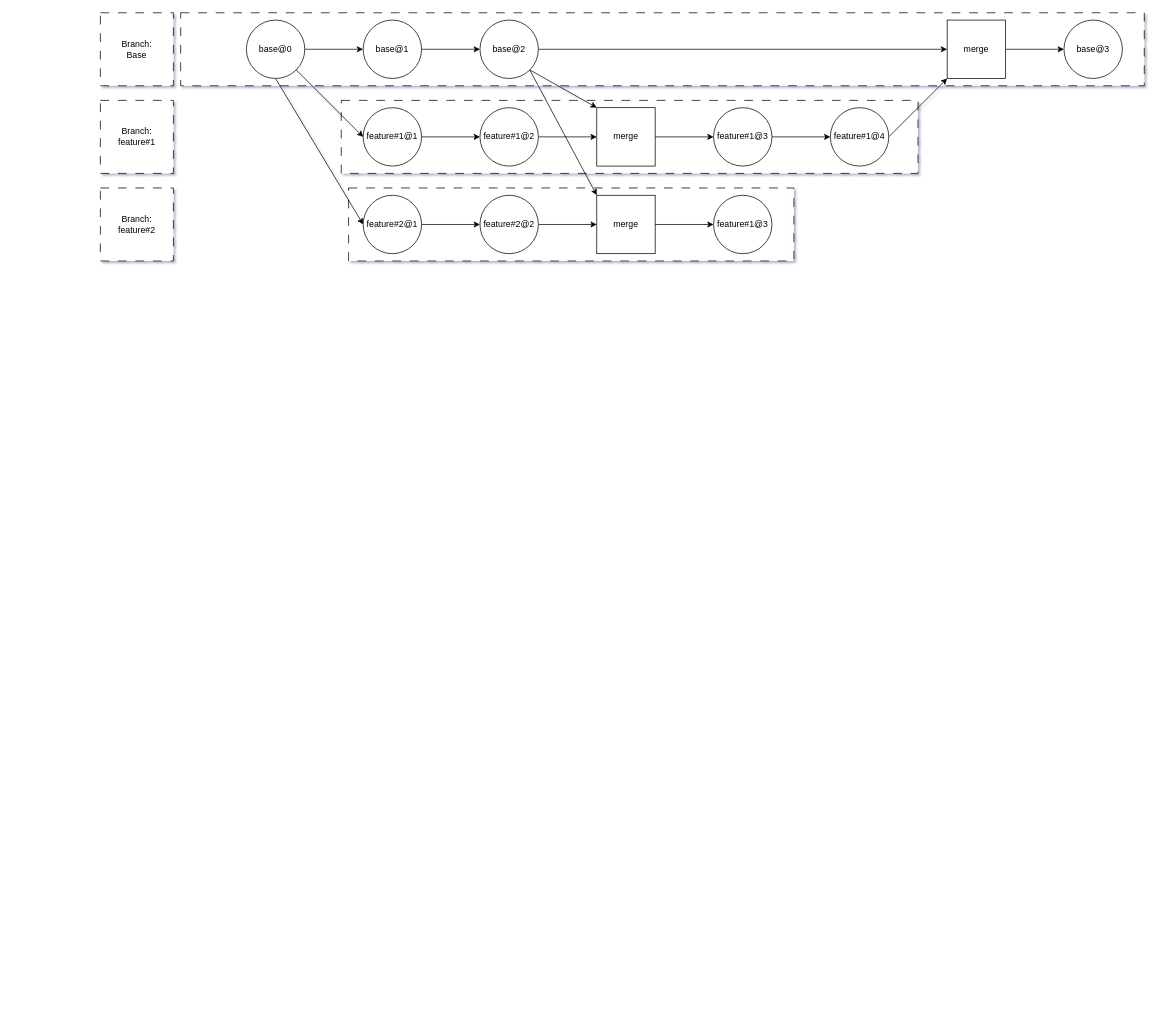
ngxx-fus/TKDTVN2025 keeps this draw.io diagram as .private/diagrams/gettingStarted.drawio. Above is the earlier version. Source tidied: cells renumbered, new cells numbered last; positions are measured from the earlier drawing's top-left corner, leaving out a move shared by most shapes. Both pictures are drawn from the tidied source at 73%, with x=0, y=0 at pixel (100, 12).
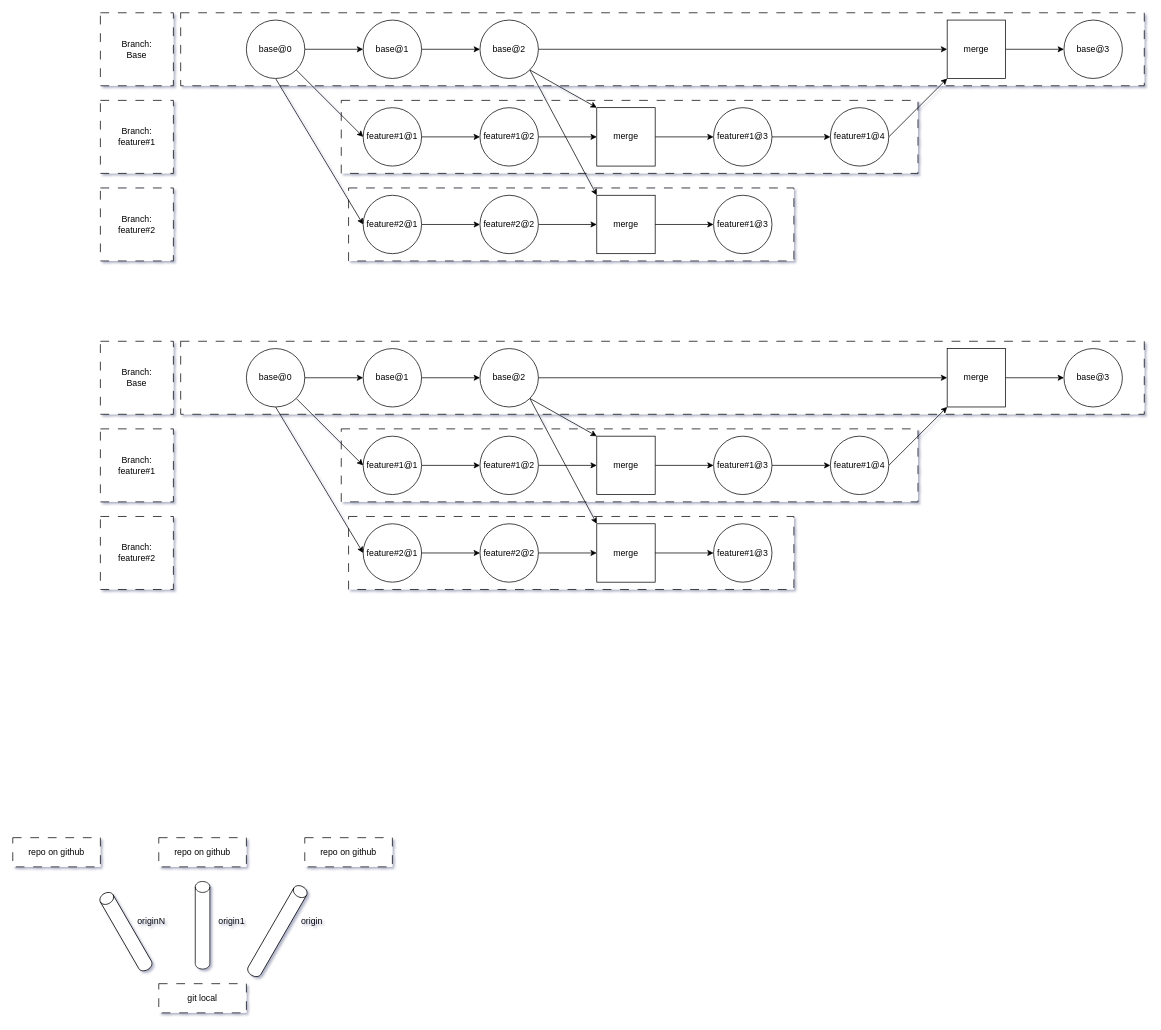
The same diagram, later.

Diff of the diagram source:
```diff
@@
+    <mxCell id="38" style="rounded=0;whiteSpace=wrap;html=1;dashed=1;dashPattern=12 12;" parent="1" vertex="1">
+      <mxGeometry x="330" y="570" width="790" height="100" as="geometry" />
+    </mxCell>
+    <mxCell id="39" style="rounded=0;whiteSpace=wrap;html=1;dashed=1;dashPattern=12 12;" parent="1" vertex="1">
+      <mxGeometry x="110" y="450" width="1320" height="100" as="geometry" />
+    </mxCell>
+    <mxCell id="40" style="rounded=0;whiteSpace=wrap;html=1;dashed=1;dashPattern=12 12;" parent="1" vertex="1">
+      <mxGeometry x="340" y="690" width="610" height="100" as="geometry" />
+    </mxCell>
+    <mxCell id="41" style="edgeStyle=none;html=1;" parent="1" edge="1" source="44" target="46">
+      <mxGeometry relative="1" as="geometry" />
+    </mxCell>
+    <mxCell id="42" style="edgeStyle=none;html=1;exitX=1;exitY=1;exitDx=0;exitDy=0;entryX=0;entryY=0.5;entryDx=0;entryDy=0;" parent="1" edge="1" source="44" target="52">
+      <mxGeometry relative="1" as="geometry" />
+    </mxCell>
+    <mxCell id="43" style="edgeStyle=none;html=1;exitX=0.5;exitY=1;exitDx=0;exitDy=0;entryX=0;entryY=0.5;entryDx=0;entryDy=0;" parent="1" edge="1" source="44" target="56">
+      <mxGeometry relative="1" as="geometry" />
+    </mxCell>
+    <mxCell id="44" value="base@0" style="ellipse;whiteSpace=wrap;html=1;" parent="1" vertex="1">
+      <mxGeometry x="200" y="460" width="80" height="80" as="geometry" />
+    </mxCell>
+    <mxCell id="45" style="edgeStyle=none;html=1;" parent="1" edge="1" source="46" target="50">
+      <mxGeometry relative="1" as="geometry" />
+    </mxCell>
+    <mxCell id="46" value="&lt;span style=&quot;color: rgb(0, 0, 0);&quot;&gt;base@1&lt;/span&gt;" style="ellipse;whiteSpace=wrap;html=1;" parent="1" vertex="1">
+      <mxGeometry x="360" y="460" width="80" height="80" as="geometry" />
+    </mxCell>
+    <mxCell id="47" style="edgeStyle=none;html=1;exitX=1;exitY=1;exitDx=0;exitDy=0;entryX=0;entryY=0;entryDx=0;entryDy=0;" parent="1" edge="1" source="50" target="60">
+      <mxGeometry relative="1" as="geometry" />
+    </mxCell>
+    <mxCell id="48" style="edgeStyle=none;html=1;exitX=1;exitY=1;exitDx=0;exitDy=0;entryX=0;entryY=0;entryDx=0;entryDy=0;" parent="1" edge="1" source="50" target="63">
+      <mxGeometry relative="1" as="geometry" />
+    </mxCell>
+    <mxCell id="49" style="edgeStyle=none;html=1;exitX=1;exitY=0.5;exitDx=0;exitDy=0;entryX=0;entryY=0.5;entryDx=0;entryDy=0;" parent="1" edge="1" source="50" target="69">
+      <mxGeometry relative="1" as="geometry" />
+    </mxCell>
+    <mxCell id="50" value="&lt;span style=&quot;color: rgb(0, 0, 0);&quot;&gt;base@2&lt;/span&gt;" style="ellipse;whiteSpace=wrap;html=1;" parent="1" vertex="1">
+      <mxGeometry x="520" y="460" width="80" height="80" as="geometry" />
+    </mxCell>
+    <mxCell id="51" style="edgeStyle=none;html=1;" parent="1" edge="1" source="52" target="54">
+      <mxGeometry relative="1" as="geometry" />
+    </mxCell>
+    <mxCell id="52" value="&lt;span style=&quot;color: rgb(0, 0, 0);&quot;&gt;feature#1@1&lt;/span&gt;" style="ellipse;whiteSpace=wrap;html=1;" parent="1" vertex="1">
+      <mxGeometry x="360" y="580" width="80" height="80" as="geometry" />
+    </mxCell>
+    <mxCell id="53" style="edgeStyle=none;html=1;exitX=1;exitY=0.5;exitDx=0;exitDy=0;entryX=0;entryY=0.5;entryDx=0;entryDy=0;" parent="1" edge="1" source="54" target="60">
+      <mxGeometry relative="1" as="geometry" />
+    </mxCell>
+    <mxCell id="54" value="&lt;span style=&quot;color: rgb(0, 0, 0);&quot;&gt;feature#1@2&lt;/span&gt;" style="ellipse;whiteSpace=wrap;html=1;" parent="1" vertex="1">
+      <mxGeometry x="520" y="580" width="80" height="80" as="geometry" />
+    </mxCell>
+    <mxCell id="55" style="edgeStyle=none;html=1;entryX=0;entryY=0.5;entryDx=0;entryDy=0;" parent="1" edge="1" source="56" target="58">
+      <mxGeometry relative="1" as="geometry" />
+    </mxCell>
+    <mxCell id="56" value="&lt;span style=&quot;color: rgb(0, 0, 0);&quot;&gt;feature#2@1&lt;/span&gt;" style="ellipse;whiteSpace=wrap;html=1;" parent="1" vertex="1">
+      <mxGeometry x="360" y="700" width="80" height="80" as="geometry" />
+    </mxCell>
+    <mxCell id="57" style="edgeStyle=none;html=1;entryX=0;entryY=0.5;entryDx=0;entryDy=0;" parent="1" edge="1" source="58" target="63">
+      <mxGeometry relative="1" as="geometry" />
+    </mxCell>
+    <mxCell id="58" value="&lt;span style=&quot;color: rgb(0, 0, 0);&quot;&gt;feature#2@2&lt;/span&gt;" style="ellipse;whiteSpace=wrap;html=1;" parent="1" vertex="1">
+      <mxGeometry x="520" y="700" width="80" height="80" as="geometry" />
+    </mxCell>
+    <mxCell id="59" style="edgeStyle=none;html=1;entryX=0;entryY=0.5;entryDx=0;entryDy=0;" parent="1" edge="1" source="60" target="62">
+      <mxGeometry relative="1" as="geometry" />
+    </mxCell>
+    <mxCell id="60" value="merge" style="whiteSpace=wrap;html=1;" parent="1" vertex="1">
+      <mxGeometry x="680" y="580" width="80" height="80" as="geometry" />
+    </mxCell>
+    <mxCell id="61" style="edgeStyle=none;html=1;" parent="1" edge="1" source="62" target="67">
+      <mxGeometry relative="1" as="geometry" />
+    </mxCell>
+    <mxCell id="62" value="&lt;span style=&quot;color: rgb(0, 0, 0);&quot;&gt;feature#1@3&lt;/span&gt;" style="ellipse;whiteSpace=wrap;html=1;" parent="1" vertex="1">
+      <mxGeometry x="840" y="580" width="80" height="80" as="geometry" />
+    </mxCell>
+    <mxCell id="63" value="merge" style="whiteSpace=wrap;html=1;" parent="1" vertex="1">
+      <mxGeometry x="680" y="700" width="80" height="80" as="geometry" />
+    </mxCell>
+    <mxCell id="64" value="&lt;span style=&quot;color: rgb(0, 0, 0);&quot;&gt;feature#1@3&lt;/span&gt;" style="ellipse;whiteSpace=wrap;html=1;" parent="1" vertex="1">
+      <mxGeometry x="840" y="700" width="80" height="80" as="geometry" />
+    </mxCell>
+    <mxCell id="65" style="edgeStyle=none;html=1;entryX=0;entryY=0.5;entryDx=0;entryDy=0;" parent="1" edge="1" source="63" target="64">
+      <mxGeometry relative="1" as="geometry" />
+    </mxCell>
+    <mxCell id="66" style="edgeStyle=none;html=1;exitX=1;exitY=0.5;exitDx=0;exitDy=0;entryX=0;entryY=1;entryDx=0;entryDy=0;" parent="1" edge="1" source="67" target="69">
+      <mxGeometry relative="1" as="geometry" />
+    </mxCell>
+    <mxCell id="67" value="&lt;span style=&quot;color: rgb(0, 0, 0);&quot;&gt;feature#1@4&lt;/span&gt;" style="ellipse;whiteSpace=wrap;html=1;" parent="1" vertex="1">
+      <mxGeometry x="1000" y="580" width="80" height="80" as="geometry" />
+    </mxCell>
+    <mxCell id="68" style="edgeStyle=none;html=1;exitX=1;exitY=0.5;exitDx=0;exitDy=0;" parent="1" edge="1" source="69" target="70">
+      <mxGeometry relative="1" as="geometry" />
+    </mxCell>
+    <mxCell id="69" value="merge" style="whiteSpace=wrap;html=1;" parent="1" vertex="1">
+      <mxGeometry x="1160" y="460" width="80" height="80" as="geometry" />
+    </mxCell>
+    <mxCell id="70" value="&lt;span style=&quot;color: rgb(0, 0, 0);&quot;&gt;base@3&lt;/span&gt;" style="ellipse;whiteSpace=wrap;html=1;" parent="1" vertex="1">
+      <mxGeometry x="1320" y="460" width="80" height="80" as="geometry" />
+    </mxCell>
+    <mxCell id="71" value="Branch: &lt;br&gt;Base" style="rounded=0;whiteSpace=wrap;html=1;dashed=1;dashPattern=12 12;" parent="1" vertex="1">
+      <mxGeometry y="450" width="100" height="100" as="geometry" />
+    </mxCell>
+    <mxCell id="72" value="Branch: &lt;br&gt;feature#1" style="rounded=0;whiteSpace=wrap;html=1;dashed=1;dashPattern=12 12;" parent="1" vertex="1">
+      <mxGeometry y="570" width="100" height="100" as="geometry" />
+    </mxCell>
+    <mxCell id="73" value="&lt;span style=&quot;color: rgb(0, 0, 0);&quot;&gt;Branch:&lt;/span&gt;&lt;br style=&quot;color: rgb(63, 63, 63); scrollbar-color: rgb(226, 226, 226) rgb(251, 251, 251);&quot;&gt;&lt;span style=&quot;color: rgb(0, 0, 0);&quot;&gt;feature#2&lt;/span&gt;" style="rounded=0;whiteSpace=wrap;html=1;dashed=1;dashPattern=12 12;" parent="1" vertex="1">
+      <mxGeometry y="690" width="100" height="100" as="geometry" />
+    </mxCell>
+    <mxCell id="74" value="git local" style="rounded=0;whiteSpace=wrap;html=1;dashed=1;dashPattern=12 12;" parent="1" vertex="1">
+      <mxGeometry x="80" y="1330" width="120" height="40" as="geometry" />
+    </mxCell>
+    <mxCell id="75" value="repo on github" style="rounded=0;whiteSpace=wrap;html=1;dashed=1;dashPattern=12 12;" parent="1" vertex="1">
+      <mxGeometry x="-120" y="1130" width="120" height="40" as="geometry" />
+    </mxCell>
+    <mxCell id="76" value="&lt;span style=&quot;color: rgb(0, 0, 0);&quot;&gt;repo on github&lt;/span&gt;" style="rounded=0;whiteSpace=wrap;html=1;dashed=1;dashPattern=12 12;" parent="1" vertex="1">
+      <mxGeometry x="80" y="1130" width="120" height="40" as="geometry" />
+    </mxCell>
+    <mxCell id="77" value="&lt;span style=&quot;color: rgb(0, 0, 0);&quot;&gt;repo on github&lt;/span&gt;" style="rounded=0;whiteSpace=wrap;html=1;dashed=1;dashPattern=12 12;" parent="1" vertex="1">
+      <mxGeometry x="280" y="1130" width="120" height="40" as="geometry" />
+    </mxCell>
+    <mxCell id="78" style="shape=cylinder3;whiteSpace=wrap;html=1;boundedLbl=1;backgroundOutline=1;size=7.500000000000227;rotation=-30;" parent="1" vertex="1">
+      <mxGeometry x="25" y="1198.7" width="20" height="120" as="geometry" />
+    </mxCell>
+    <mxCell id="79" style="shape=cylinder3;whiteSpace=wrap;html=1;boundedLbl=1;backgroundOutline=1;size=7.500000000000227;rotation=0;" parent="1" vertex="1">
+      <mxGeometry x="130" y="1190" width="20" height="120" as="geometry" />
+    </mxCell>
+    <mxCell id="80" style="shape=cylinder3;whiteSpace=wrap;html=1;boundedLbl=1;backgroundOutline=1;size=7.500000000000227;rotation=30;" parent="1" vertex="1">
+      <mxGeometry x="232.5" y="1188" width="20" height="140" as="geometry" />
+    </mxCell>
+    <mxCell id="81" value="origin" style="text;html=1;align=center;verticalAlign=middle;whiteSpace=wrap;rounded=0;" parent="1" vertex="1">
+      <mxGeometry x="260" y="1230" width="60" height="30" as="geometry" />
+    </mxCell>
+    <mxCell id="82" value="origin1" style="text;html=1;align=center;verticalAlign=middle;whiteSpace=wrap;rounded=0;" parent="1" vertex="1">
+      <mxGeometry x="150" y="1230" width="60" height="30" as="geometry" />
+    </mxCell>
+    <mxCell id="83" value="originN" style="text;html=1;align=center;verticalAlign=middle;whiteSpace=wrap;rounded=0;" parent="1" vertex="1">
+      <mxGeometry x="40" y="1230" width="60" height="30" as="geometry" />
+    </mxCell>
```
